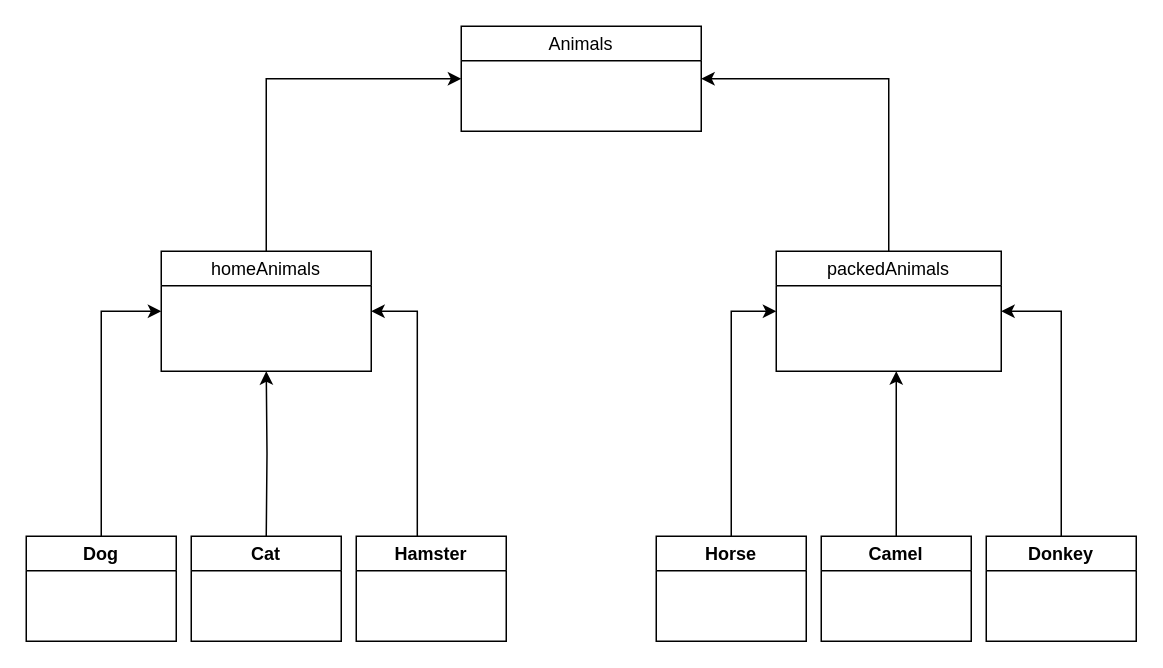
Earlier version of the draw.io diagram Task 6.drawio (TatyanaKorolevaa/Control_work_2_Animals). Source tidied: cells renumbered, new cells numbered last; positions are measured from the earlier drawing's top-left corner, leaving out a move shared by most shapes. Both pictures are drawn from the tidied source at 150%, with x=0, y=0 at pixel (26, 26).
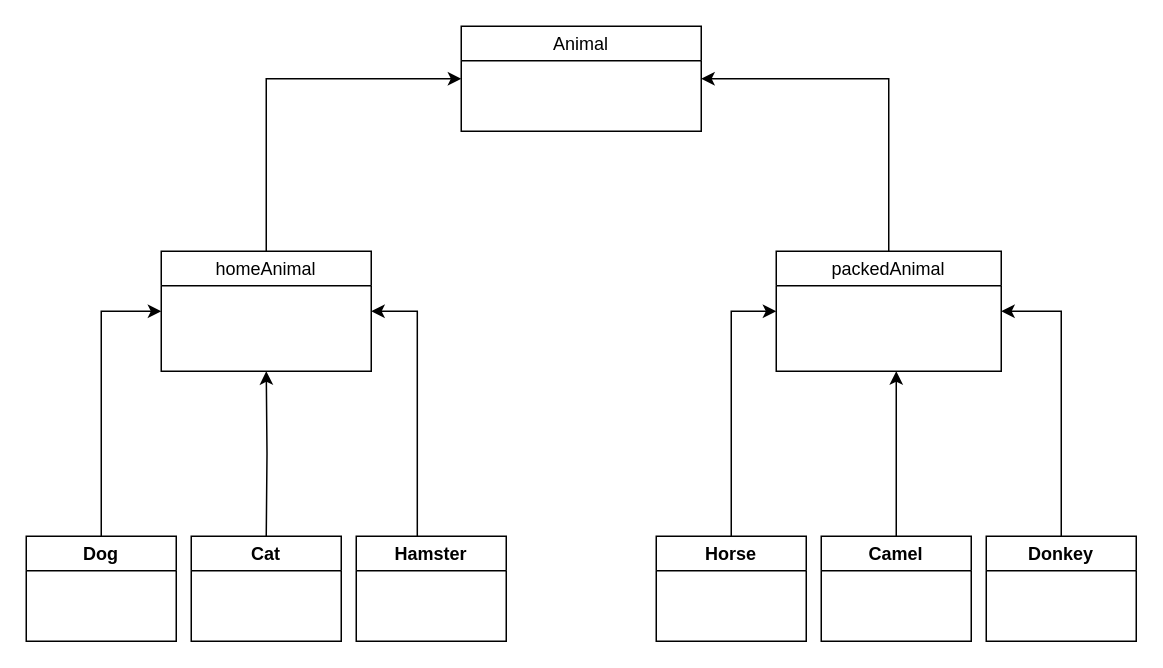
After the change.

The edit, as a diff of the source:
```diff
@@
-    <mxCell id="10" value="&lt;div style=&quot;font-weight: 400; text-align: left;&quot;&gt;&lt;span style=&quot;background-color: initial;&quot;&gt;Animals&lt;/span&gt;&lt;/div&gt;" style="swimlane;whiteSpace=wrap;html=1;" parent="1" vertex="1">
+    <mxCell id="10" value="&lt;div style=&quot;font-weight: 400; text-align: left;&quot;&gt;&lt;span style=&quot;background-color: initial;&quot;&gt;Animal&lt;/span&gt;&lt;/div&gt;" style="swimlane;whiteSpace=wrap;html=1;" parent="1" vertex="1">
       <mxGeometry x="290" width="160" height="70" as="geometry" />
     </mxCell>
-    <mxCell id="11" value="&lt;span style=&quot;font-weight: 400;&quot;&gt;homeAnimals&lt;/span&gt;" style="swimlane;whiteSpace=wrap;html=1;" parent="1" vertex="1">
+    <mxCell id="11" value="&lt;span style=&quot;font-weight: 400;&quot;&gt;homeAnimal&lt;/span&gt;" style="swimlane;whiteSpace=wrap;html=1;" parent="1" vertex="1">
       <mxGeometry x="90" y="150" width="140" height="80" as="geometry" />
     </mxCell>
-    <mxCell id="12" value="&lt;span style=&quot;font-weight: 400;&quot;&gt;packedAnimals&lt;/span&gt;" style="swimlane;whiteSpace=wrap;html=1;" parent="1" vertex="1">
+    <mxCell id="12" value="&lt;span style=&quot;font-weight: 400;&quot;&gt;packedAnimal&lt;/span&gt;" style="swimlane;whiteSpace=wrap;html=1;" parent="1" vertex="1">
       <mxGeometry x="500" y="150" width="150" height="80" as="geometry" />
     </mxCell>
```
